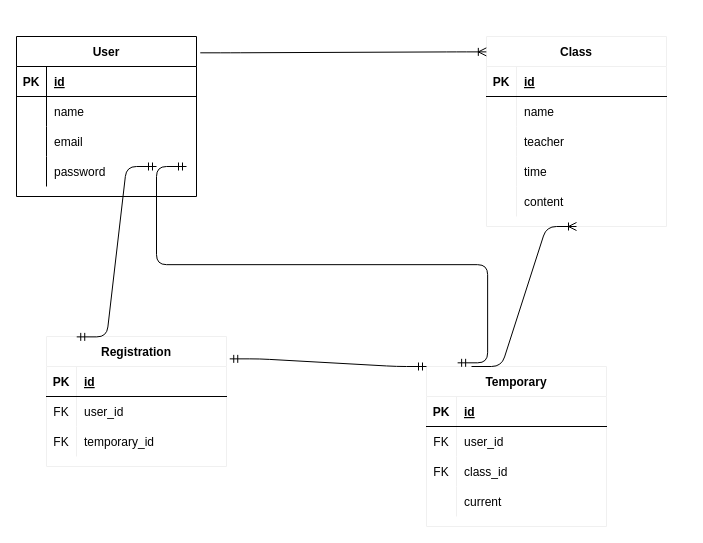
The draw.io diagram er.dio in ka-zu-ki/univ-app, before the edit. Source tidied: cells renumbered, new cells numbered last; positions are measured from the earlier drawing's top-left corner, leaving out a move shared by most shapes. Both pictures are drawn from the tidied source at 100%, with x=0, y=0 at pixel (16, 36).
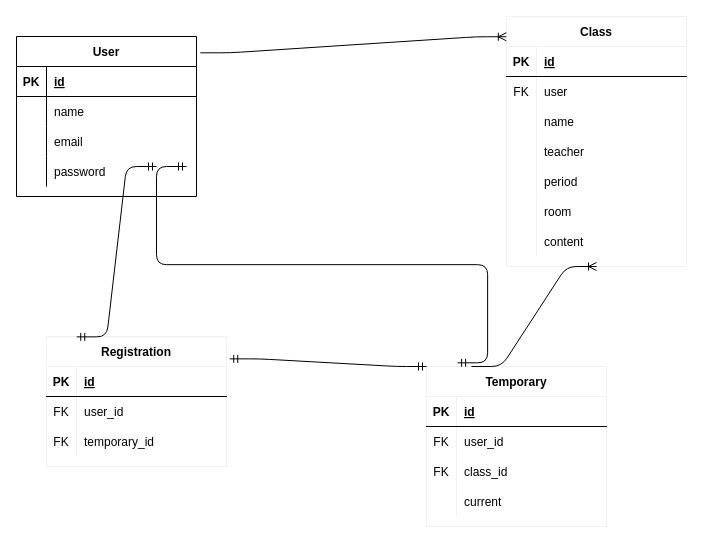
Above is the later version.

Unchanged cells that the change refers to:
```xml
<mxCell id="19" style="shape=partialRectangle;fillColor=none;top=0;left=0;bottom=0;right=0;" parent="15" vertex="1">
  <mxGeometry y="60" width="180" height="30" as="geometry" />
</mxCell>
```

Change to the diagram source:
```diff
@@
     <mxCell id="15" value="Class" style="shape=table;startSize=30;childLayout=tableLayout;rowLines=0;fontStyle=1;align=center;strokeColor=#f0f0f0;strokeWidth=1;" parent="1" vertex="1">
-      <mxGeometry x="470" width="180" height="190" as="geometry" />
+      <mxGeometry x="490" y="-20" width="180" height="250" as="geometry" />
     </mxCell>
@@
-    <mxCell id="20" style="shape=partialRectangle;fillColor=none;top=0;left=0;bottom=0;right=0;overflow=hidden;" parent="19" vertex="1">
+    <mxCell id="20" value="FK" style="shape=partialRectangle;fillColor=none;top=0;left=0;bottom=0;right=0;overflow=hidden;" parent="19" vertex="1">
       <mxGeometry width="30" height="30" as="geometry" />
     </mxCell>
-    <mxCell id="21" value="name" style="shape=partialRectangle;fillColor=none;top=0;left=0;bottom=0;right=0;align=left;spacingLeft=6;overflow=hidden;" parent="19" vertex="1">
+    <mxCell id="21" value="user" style="shape=partialRectangle;fillColor=none;top=0;left=0;bottom=0;right=0;align=left;spacingLeft=6;overflow=hidden;" parent="19" vertex="1">
       <mxGeometry x="30" width="150" height="30" as="geometry" />
     </mxCell>
+    <mxCell id="59" style="shape=partialRectangle;fillColor=none;top=0;left=0;bottom=0;right=0;" parent="15" vertex="1">
+      <mxGeometry y="90" width="180" height="30" as="geometry" />
+    </mxCell>
+    <mxCell id="60" style="shape=partialRectangle;fillColor=none;top=0;left=0;bottom=0;right=0;overflow=hidden;" parent="59" vertex="1">
+      <mxGeometry width="30" height="30" as="geometry" />
+    </mxCell>
+    <mxCell id="61" value="name" style="shape=partialRectangle;fillColor=none;top=0;left=0;bottom=0;right=0;align=left;spacingLeft=6;overflow=hidden;" parent="59" vertex="1">
+      <mxGeometry x="30" width="150" height="30" as="geometry" />
+    </mxCell>
     <mxCell id="22" style="shape=partialRectangle;fillColor=none;top=0;left=0;bottom=0;right=0;" parent="15" vertex="1">
-      <mxGeometry y="90" width="180" height="30" as="geometry" />
+      <mxGeometry y="120" width="180" height="30" as="geometry" />
     </mxCell>
@@
     <mxCell id="25" style="shape=partialRectangle;fillColor=none;top=0;left=0;bottom=0;right=0;" parent="15" vertex="1">
-      <mxGeometry y="120" width="180" height="30" as="geometry" />
+      <mxGeometry y="150" width="180" height="30" as="geometry" />
     </mxCell>
@@
-    <mxCell id="27" value="time" style="shape=partialRectangle;fillColor=none;top=0;left=0;bottom=0;right=0;align=left;spacingLeft=6;overflow=hidden;" parent="25" vertex="1">
+    <mxCell id="27" value="period" style="shape=partialRectangle;fillColor=none;top=0;left=0;bottom=0;right=0;align=left;spacingLeft=6;overflow=hidden;" parent="25" vertex="1">
       <mxGeometry x="30" width="150" height="30" as="geometry" />
     </mxCell>
+    <mxCell id="62" style="shape=partialRectangle;fillColor=none;top=0;left=0;bottom=0;right=0;" parent="15" vertex="1">
+      <mxGeometry y="180" width="180" height="30" as="geometry" />
+    </mxCell>
+    <mxCell id="63" style="shape=partialRectangle;fillColor=none;top=0;left=0;bottom=0;right=0;overflow=hidden;" parent="62" vertex="1">
+      <mxGeometry width="30" height="30" as="geometry" />
+    </mxCell>
+    <mxCell id="64" value="room" style="shape=partialRectangle;fillColor=none;top=0;left=0;bottom=0;right=0;align=left;spacingLeft=6;overflow=hidden;" parent="62" vertex="1">
+      <mxGeometry x="30" width="150" height="30" as="geometry" />
+    </mxCell>
     <mxCell id="28" style="shape=partialRectangle;fillColor=none;top=0;left=0;bottom=0;right=0;" parent="15" vertex="1">
-      <mxGeometry y="150" width="180" height="30" as="geometry" />
+      <mxGeometry y="210" width="180" height="30" as="geometry" />
     </mxCell>
```
